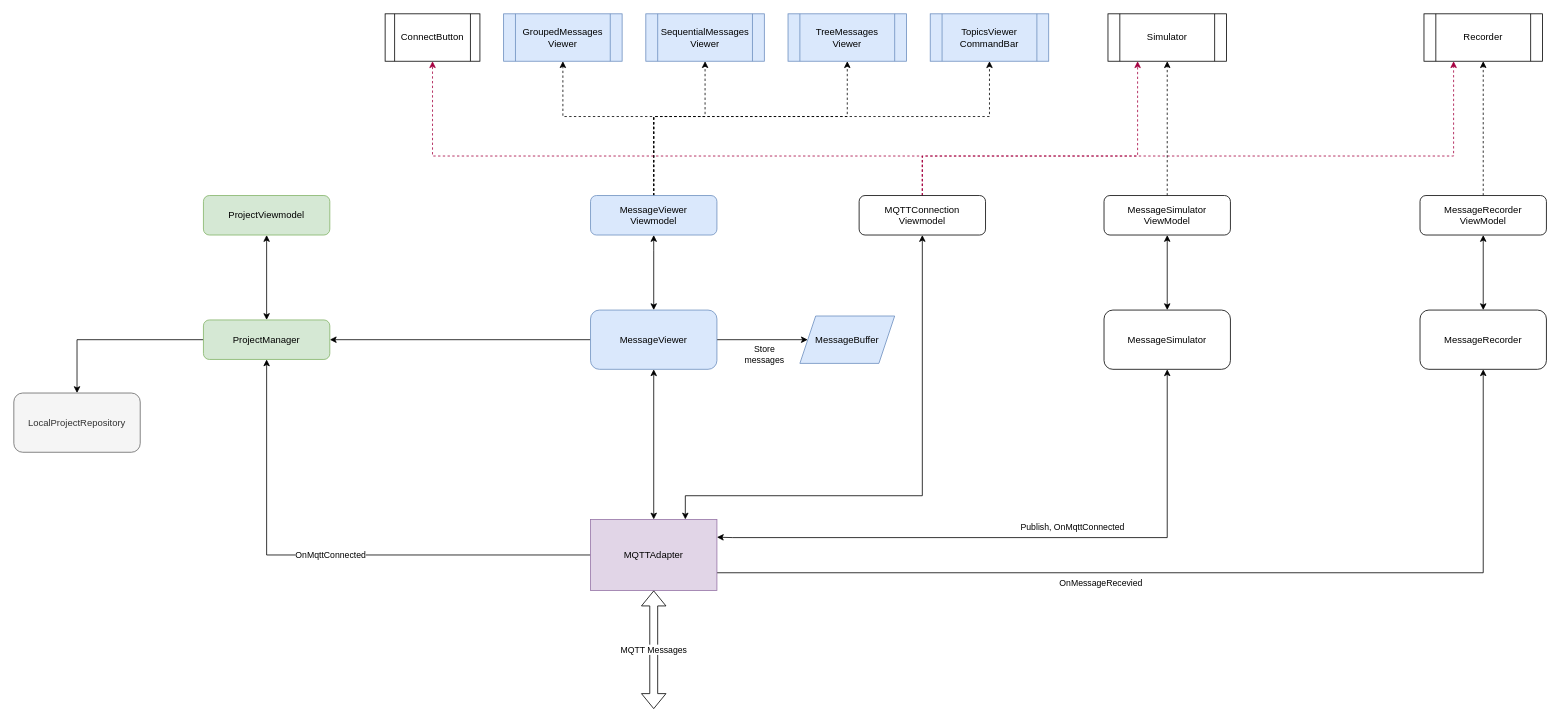
Above: page "Planned" (2 of 2) of doc/MQTTStudio SW Architecture.drawio in MartinGeier/MqttStudio (draw.io), before the change. Source tidied: cells renumbered, new cells numbered last; positions are measured from the earlier drawing's top-left corner, leaving out a move shared by most shapes. Both pictures are drawn from the tidied source at 79%, with x=0, y=0 at pixel (13, 13).
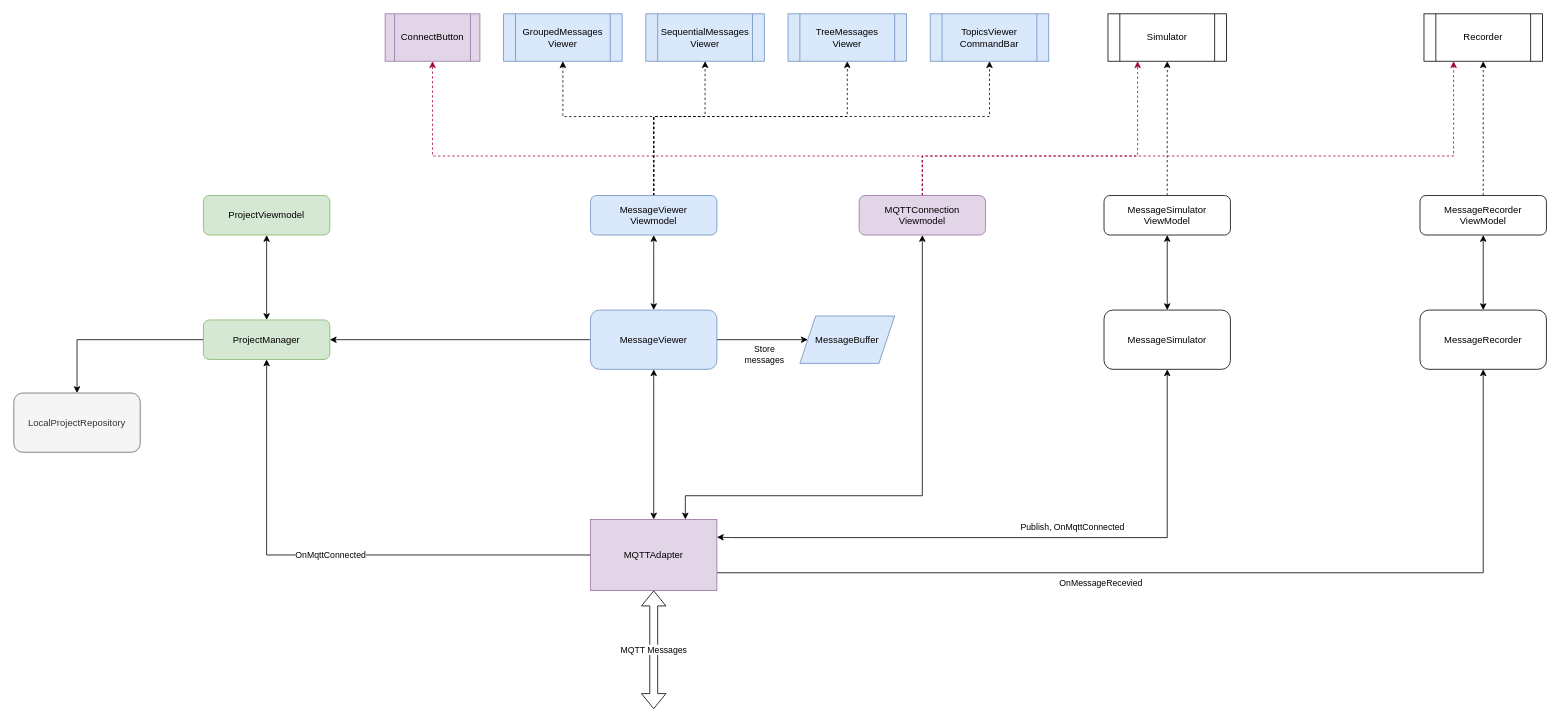
Above is the later version.

Change to the diagram source:
```diff
@@
-    <mxCell id="13" value="ConnectButton" style="shape=process;whiteSpace=wrap;html=1;backgroundOutline=1;" parent="1" vertex="1">
+    <mxCell id="13" value="ConnectButton" style="shape=process;whiteSpace=wrap;html=1;backgroundOutline=1;fillColor=#e1d5e7;strokeColor=#9673a6;" parent="1" vertex="1">
       <mxGeometry x="470" width="120" height="60" as="geometry" />
     </mxCell>
@@
-    <mxCell id="29" value="MQTTConnection&lt;br&gt;Viewmodel" style="rounded=1;whiteSpace=wrap;html=1;fontSize=12;glass=0;strokeWidth=1;shadow=0;" parent="1" vertex="1">
+    <mxCell id="29" value="MQTTConnection&lt;br&gt;Viewmodel" style="rounded=1;whiteSpace=wrap;html=1;fontSize=12;glass=0;strokeWidth=1;shadow=0;fillColor=#e1d5e7;strokeColor=#9673a6;" parent="1" vertex="1">
       <mxGeometry x="1070" y="230" width="160" height="50" as="geometry" />
     </mxCell>
```
